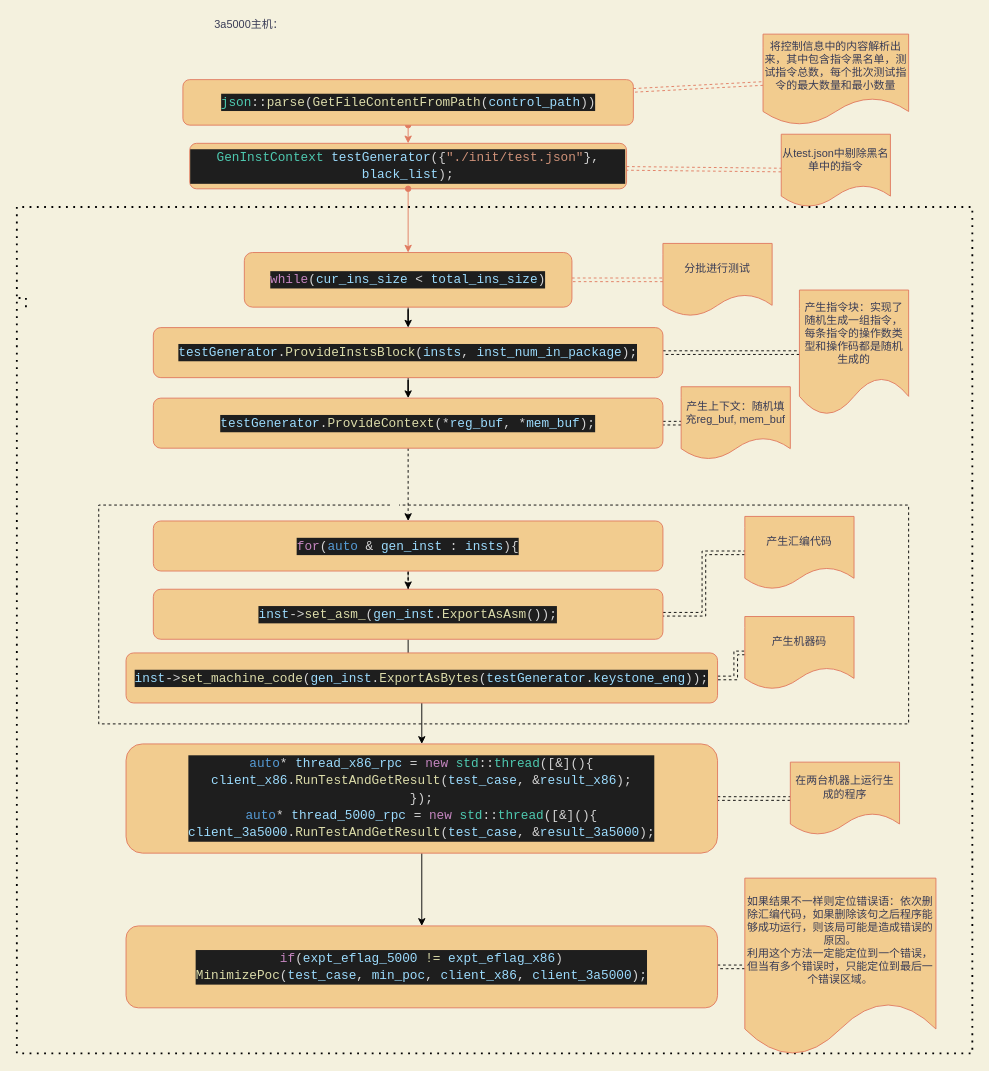
Before: page "Page-1" (1 of 2) of Untitled Diagram.drawio in ganjue66da/ganjue66da, a draw.io diagram. Source tidied: cells renumbered, new cells numbered last; positions are measured from the earlier drawing's top-left corner, leaving out a move shared by most shapes. Both pictures are drawn from the tidied source at 91%, with x=0, y=0 at pixel (16, 15).
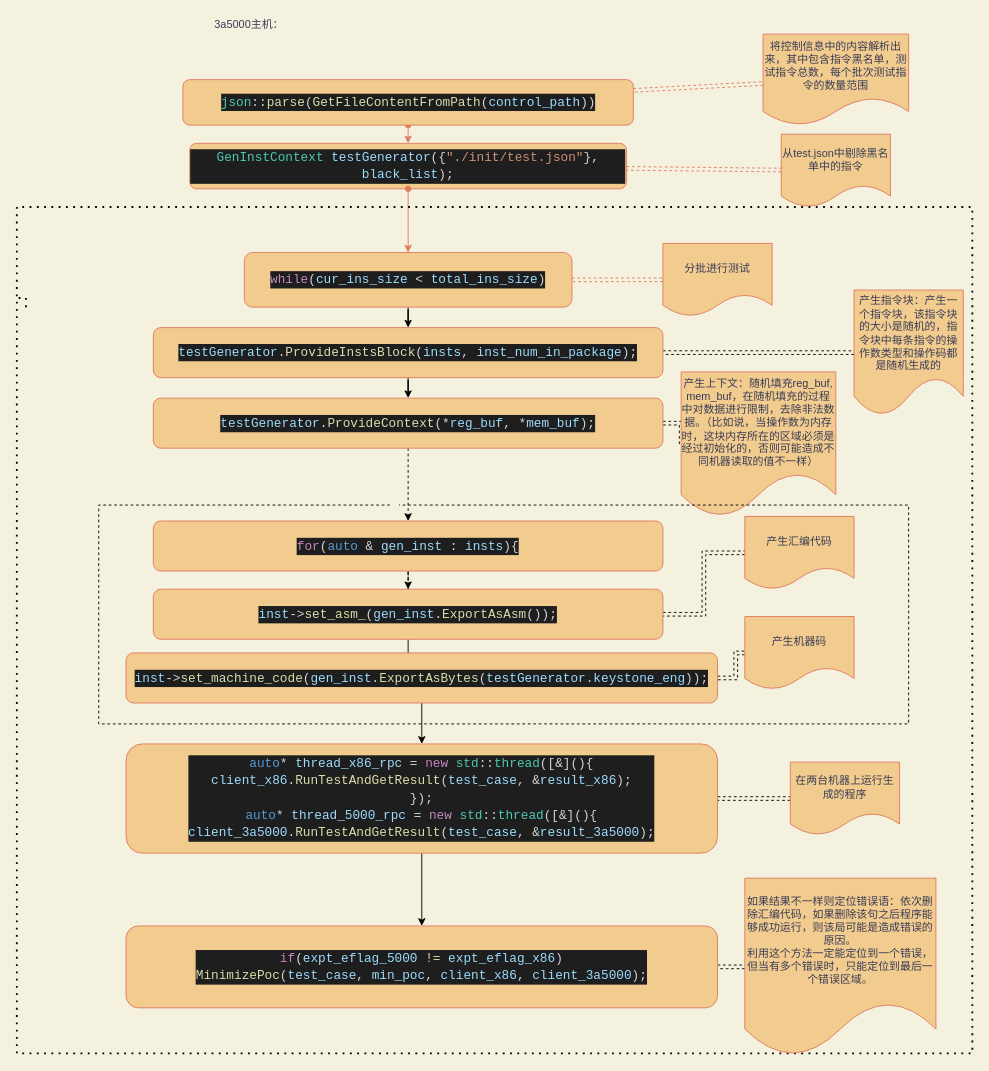
Above is the later version.

The edit, as a diff of the source:
```diff
@@
-    <mxCell id="12" value="将控制信息中的内容解析出来，其中包含指令黑名单，测试指令总数，每个批次测试指令的最大数量和最小数量" style="shape=document;whiteSpace=wrap;html=1;boundedLbl=1;rounded=1;shadow=0;fontColor=#393C56;strokeColor=#E07A5F;strokeWidth=1;fillColor=#F2CC8F;glass=0;" parent="1" vertex="1">
+    <mxCell id="12" value="将控制信息中的内容解析出来，其中包含指令黑名单，测试指令总数，每个批次测试指令的数量范围" style="shape=document;whiteSpace=wrap;html=1;boundedLbl=1;rounded=1;shadow=0;fontColor=#393C56;strokeColor=#E07A5F;strokeWidth=1;fillColor=#F2CC8F;glass=0;" parent="1" vertex="1">
       <mxGeometry x="820" y="20" width="160" height="100" as="geometry" />
     </mxCell>
@@
-    <mxCell id="18" value="产生指令块：实现了随机生成一组指令，每条指令的操作数类型和操作码都是随机生成的" style="shape=document;whiteSpace=wrap;html=1;boundedLbl=1;rounded=1;shadow=0;fontColor=#393C56;strokeColor=#E07A5F;strokeWidth=1;fillColor=#F2CC8F;glass=0;" parent="1" vertex="1">
-      <mxGeometry x="860" y="301.2" width="120" height="137.5" as="geometry" />
+    <mxCell id="18" value="产生指令块：产生一个指令块，该指令块的大小是随机的，指令块中每条指令的操作数类型和操作码都是随机生成的" style="shape=document;whiteSpace=wrap;html=1;boundedLbl=1;rounded=1;shadow=0;fontColor=#393C56;strokeColor=#E07A5F;strokeWidth=1;fillColor=#F2CC8F;glass=0;" parent="1" vertex="1">
+      <mxGeometry x="920" y="301.2" width="120" height="137.5" as="geometry" />
     </mxCell>
@@
-    <mxCell id="22" value="产生上下文：随机填充reg_buf, mem_buf" style="shape=document;whiteSpace=wrap;html=1;boundedLbl=1;rounded=1;shadow=0;fontColor=#393C56;strokeColor=#E07A5F;strokeWidth=1;fillColor=#F2CC8F;glass=0;" parent="1" vertex="1">
-      <mxGeometry x="730" y="407.5" width="120" height="80" as="geometry" />
+    <mxCell id="22" value="产生上下文：随机填充reg_buf, mem_buf，在随机填充的过程中对数据进行限制，去除非法数据。（比如说，当操作数为内存时，这块内存所在的区域必须是经过初始化的，否则可能造成不同机器读取的值不一样）" style="shape=document;whiteSpace=wrap;html=1;boundedLbl=1;rounded=1;shadow=0;fontColor=#393C56;strokeColor=#E07A5F;strokeWidth=1;fillColor=#F2CC8F;glass=0;" parent="1" vertex="1">
+      <mxGeometry x="730" y="391.2" width="170" height="158.8" as="geometry" />
     </mxCell>
```
